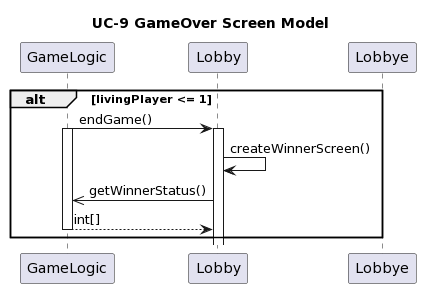
Above: doku-game/UC-9-GameOver-Model.png in PrismFox/tron-game (PlantUML), before the change.
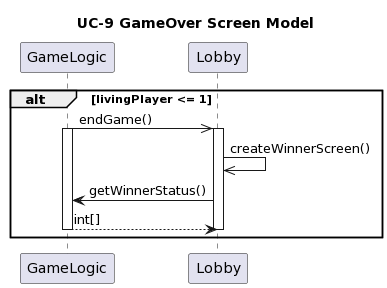
Later version of the same file.

What changed in the source:
```diff
@@ -6,15 +6,16 @@
 
 alt livingPlayer <= 1
 
-GameLogic -> Lobby : endGame()
+GameLogic ->> Lobby : endGame()
 Activate GameLogic
 Activate Lobby
-Lobby -> Lobby : createWinnerScreen()
-Lobby ->> GameLogic : getWinnerStatus()
-Deactivate Lobbye
+Lobby ->> Lobby : createWinnerScreen()
+Lobby -> GameLogic : getWinnerStatus()
 GameLogic --> Lobby : int[]
+
+
 Deactivate GameLogic
-
+Deactivate Lobby
 
 end
 @enduml
```
